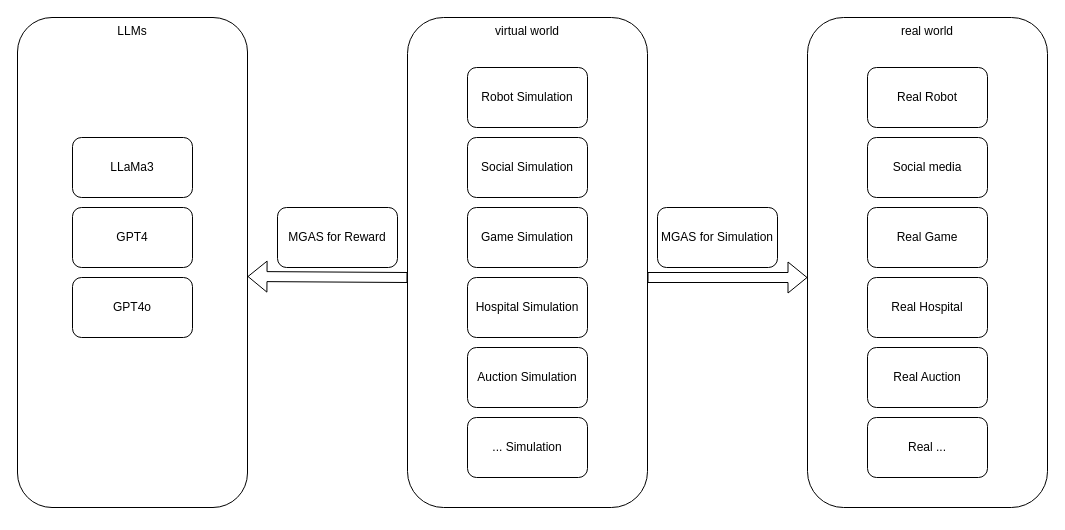
bianhua-12/Multi-generative_Agent_System_survey keeps this draw.io diagram as page "Application" (6 of 6) of Sim_Survey.drawio. Above is the earlier version. Source tidied: cells renumbered, new cells numbered last; positions are measured from the earlier drawing's top-left corner, leaving out a move shared by most shapes. Both pictures are drawn from the tidied source at 100%, with x=0, y=0 at pixel (17, 17).
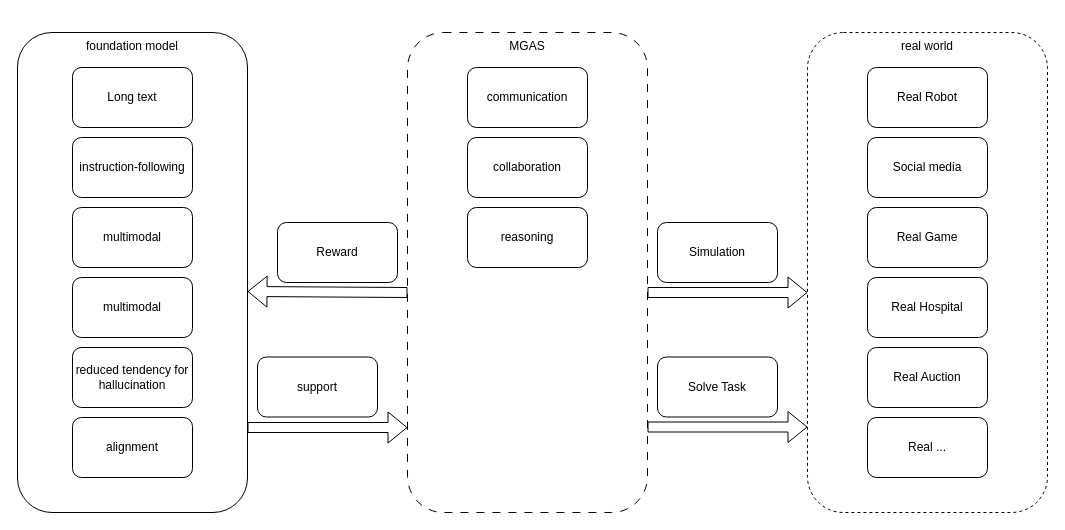
The same diagram, later.

Diff of the diagram source:
```diff
@@
-    <mxCell id="2" value="MGAS for Simulation" style="rounded=1;whiteSpace=wrap;html=1;" parent="1" vertex="1">
-      <mxGeometry x="640" y="190" width="120" height="60" as="geometry" />
+    <mxCell id="2" value="Simulation" style="rounded=1;whiteSpace=wrap;html=1;" parent="1" vertex="1">
+      <mxGeometry x="640" y="205" width="120" height="60" as="geometry" />
     </mxCell>
-    <mxCell id="3" value="virtual world" style="rounded=1;whiteSpace=wrap;html=1;verticalAlign=top;" parent="1" vertex="1">
-      <mxGeometry x="390" width="240" height="490" as="geometry" />
+    <mxCell id="3" value="MGAS" style="rounded=1;whiteSpace=wrap;html=1;verticalAlign=top;dashed=1;dashPattern=8 8;" parent="1" vertex="1">
+      <mxGeometry x="390" y="15" width="240" height="480" as="geometry" />
     </mxCell>
-    <mxCell id="4" value="&lt;div&gt;real world&lt;/div&gt;" style="rounded=1;whiteSpace=wrap;html=1;verticalAlign=top;" parent="1" vertex="1">
-      <mxGeometry x="790" width="240" height="490" as="geometry" />
+    <mxCell id="4" value="&lt;div&gt;real world&lt;/div&gt;" style="rounded=1;whiteSpace=wrap;html=1;verticalAlign=top;dashed=1;" parent="1" vertex="1">
+      <mxGeometry x="790" y="15" width="240" height="480" as="geometry" />
     </mxCell>
-    <mxCell id="5" value="Social Simulation" style="rounded=1;whiteSpace=wrap;html=1;" parent="1" vertex="1">
-      <mxGeometry x="450" y="120" width="120" height="60" as="geometry" />
-    </mxCell>
-    <mxCell id="6" value="Game Simulation" style="rounded=1;whiteSpace=wrap;html=1;" parent="1" vertex="1">
-      <mxGeometry x="450" y="190" width="120" height="60" as="geometry" />
-    </mxCell>
@@
-    <mxCell id="8" value="Hospital Simulation" style="rounded=1;whiteSpace=wrap;html=1;" parent="1" vertex="1">
-      <mxGeometry x="450" y="260" width="120" height="60" as="geometry" />
-    </mxCell>
-    <mxCell id="9" value="LLMs" style="rounded=1;whiteSpace=wrap;html=1;verticalAlign=top;" parent="1" vertex="1">
-      <mxGeometry width="230" height="490" as="geometry" />
+    <mxCell id="9" value="foundation model" style="rounded=1;whiteSpace=wrap;html=1;verticalAlign=top;" parent="1" vertex="1">
+      <mxGeometry y="15" width="230" height="480" as="geometry" />
     </mxCell>
-    <mxCell id="10" value="Auction Simulation" style="rounded=1;whiteSpace=wrap;html=1;" parent="1" vertex="1">
-      <mxGeometry x="450" y="330" width="120" height="60" as="geometry" />
-    </mxCell>
@@
-    <mxCell id="13" value="MGAS for Reward" style="rounded=1;whiteSpace=wrap;html=1;" parent="1" vertex="1">
-      <mxGeometry x="260" y="190" width="120" height="60" as="geometry" />
+    <mxCell id="13" value="Reward" style="rounded=1;whiteSpace=wrap;html=1;" parent="1" vertex="1">
+      <mxGeometry x="260" y="205" width="120" height="60" as="geometry" />
     </mxCell>
-    <mxCell id="14" value="LLaMa3" style="rounded=1;whiteSpace=wrap;html=1;" parent="1" vertex="1">
-      <mxGeometry x="55" y="120" width="120" height="60" as="geometry" />
-    </mxCell>
@@
-    <mxCell id="16" value="GPT4" style="rounded=1;whiteSpace=wrap;html=1;" parent="1" vertex="1">
-      <mxGeometry x="55" y="190" width="120" height="60" as="geometry" />
-    </mxCell>
-    <mxCell id="17" value="GPT4o" style="rounded=1;whiteSpace=wrap;html=1;" parent="1" vertex="1">
-      <mxGeometry x="55" y="260" width="120" height="60" as="geometry" />
-    </mxCell>
     <mxCell id="18" style="shape=flexArrow;endArrow=classic;html=1;rounded=0;exitX=0;exitY=0.548;exitDx=0;exitDy=0;exitPerimeter=0;" parent="1" edge="1">
       <mxGeometry relative="1" as="geometry">
-        <mxPoint x="390" y="260" as="sourcePoint" />
-        <mxPoint x="230" y="259" as="targetPoint" />
+        <mxPoint x="390" y="275" as="sourcePoint" />
+        <mxPoint x="230" y="274" as="targetPoint" />
       </mxGeometry>
     </mxCell>
     <mxCell id="19" style="shape=flexArrow;endArrow=classic;html=1;rounded=0;exitX=1;exitY=0.5;exitDx=0;exitDy=0;entryX=0;entryY=0.5;entryDx=0;entryDy=0;" parent="1" edge="1">
       <mxGeometry relative="1" as="geometry">
-        <mxPoint x="630" y="260" as="sourcePoint" />
-        <mxPoint x="790" y="260" as="targetPoint" />
+        <mxPoint x="630" y="275" as="sourcePoint" />
+        <mxPoint x="790" y="275" as="targetPoint" />
       </mxGeometry>
     </mxCell>
-    <mxCell id="20" value="... Simulation" style="rounded=1;whiteSpace=wrap;html=1;" parent="1" vertex="1">
-      <mxGeometry x="450" y="400" width="120" height="60" as="geometry" />
-    </mxCell>
@@
-    <mxCell id="22" value="Robot Simulation" style="rounded=1;whiteSpace=wrap;html=1;" parent="1" vertex="1">
-      <mxGeometry x="450" y="50" width="120" height="60" as="geometry" />
-    </mxCell>
@@
+    <mxCell id="24" style="shape=flexArrow;endArrow=classic;html=1;rounded=0;exitX=1;exitY=0.5;exitDx=0;exitDy=0;entryX=0;entryY=0.5;entryDx=0;entryDy=0;" parent="1" edge="1">
+      <mxGeometry relative="1" as="geometry">
+        <mxPoint x="630" y="409.5" as="sourcePoint" />
+        <mxPoint x="790" y="409.5" as="targetPoint" />
+      </mxGeometry>
+    </mxCell>
+    <mxCell id="25" value="Solve Task" style="rounded=1;whiteSpace=wrap;html=1;" parent="1" vertex="1">
+      <mxGeometry x="640" y="339.5" width="120" height="60" as="geometry" />
+    </mxCell>
+    <mxCell id="26" value="communication" style="rounded=1;whiteSpace=wrap;html=1;" parent="1" vertex="1">
+      <mxGeometry x="450" y="50" width="120" height="60" as="geometry" />
+    </mxCell>
+    <mxCell id="27" value="collaboration" style="rounded=1;whiteSpace=wrap;html=1;" parent="1" vertex="1">
+      <mxGeometry x="450" y="120" width="120" height="60" as="geometry" />
+    </mxCell>
+    <mxCell id="28" value="reasoning" style="rounded=1;whiteSpace=wrap;html=1;" parent="1" vertex="1">
+      <mxGeometry x="450" y="190" width="120" height="60" as="geometry" />
+    </mxCell>
+    <mxCell id="29" style="shape=flexArrow;endArrow=classic;html=1;rounded=0;exitX=0;exitY=0.548;exitDx=0;exitDy=0;exitPerimeter=0;fillColor=none;" parent="1" edge="1">
+      <mxGeometry relative="1" as="geometry">
+        <mxPoint x="230" y="410" as="sourcePoint" />
+        <mxPoint x="390" y="410" as="targetPoint" />
+      </mxGeometry>
+    </mxCell>
+    <mxCell id="30" value="Long text" style="rounded=1;whiteSpace=wrap;html=1;" parent="1" vertex="1">
+      <mxGeometry x="55" y="50" width="120" height="60" as="geometry" />
+    </mxCell>
+    <mxCell id="31" value="instruction-following" style="rounded=1;whiteSpace=wrap;html=1;" parent="1" vertex="1">
+      <mxGeometry x="55" y="120" width="120" height="60" as="geometry" />
+    </mxCell>
+    <mxCell id="32" value="&lt;div&gt;support&lt;/div&gt;" style="rounded=1;whiteSpace=wrap;html=1;" parent="1" vertex="1">
+      <mxGeometry x="240" y="339.5" width="120" height="60" as="geometry" />
+    </mxCell>
+    <mxCell id="33" value="multimodal" style="rounded=1;whiteSpace=wrap;html=1;" parent="1" vertex="1">
+      <mxGeometry x="55" y="190" width="120" height="60" as="geometry" />
+    </mxCell>
+    <mxCell id="34" value="multimodal" style="rounded=1;whiteSpace=wrap;html=1;" parent="1" vertex="1">
+      <mxGeometry x="55" y="260" width="120" height="60" as="geometry" />
+    </mxCell>
+    <mxCell id="35" value="reduced tendency for hallucination" style="rounded=1;whiteSpace=wrap;html=1;" parent="1" vertex="1">
+      <mxGeometry x="55" y="330" width="120" height="60" as="geometry" />
+    </mxCell>
+    <mxCell id="36" value="alignment" style="rounded=1;whiteSpace=wrap;html=1;" parent="1" vertex="1">
+      <mxGeometry x="55" y="400" width="120" height="60" as="geometry" />
+    </mxCell>
```
